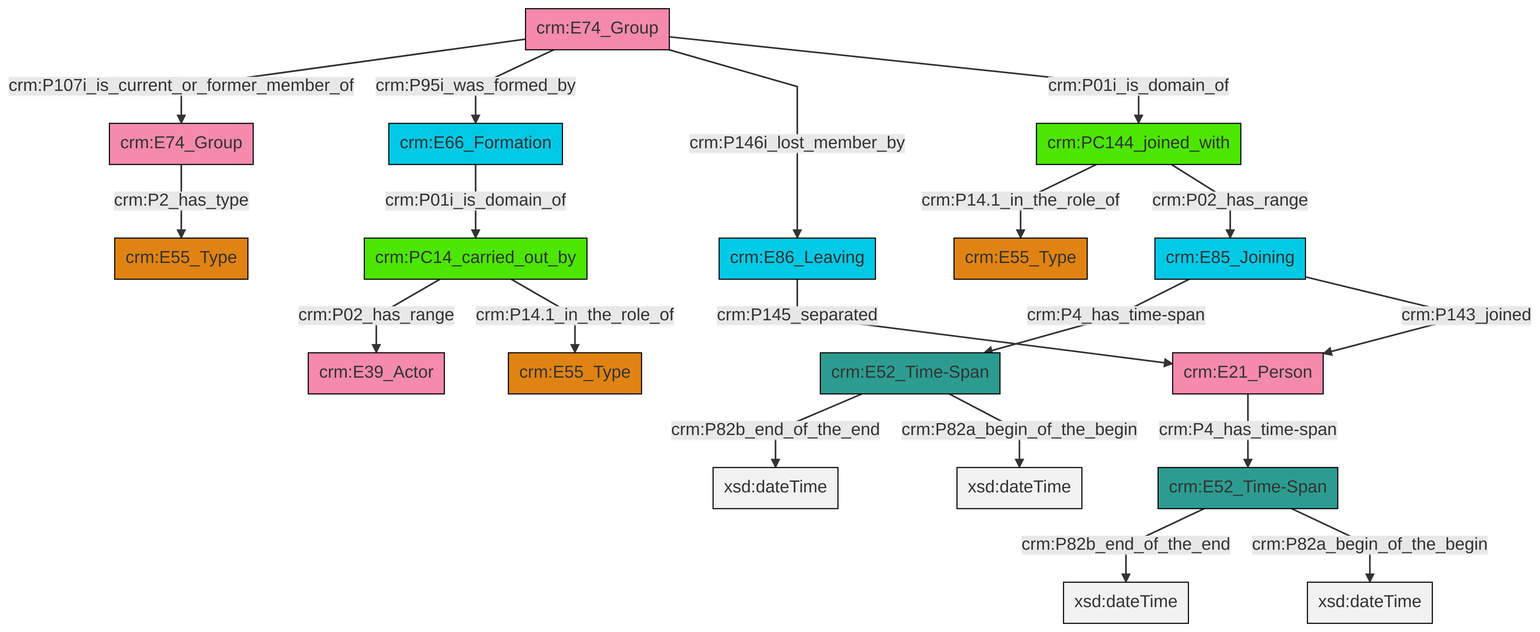
The Mermaid diagram et/groupCSV/ttl/mmd/png/group_actor_relations.png in swiss-art-research-net/reference-data-models, before a commit. Its source is kept beside it as et/groupCSV/ttl/mmd/group_actor_relations.ttl.mmd.
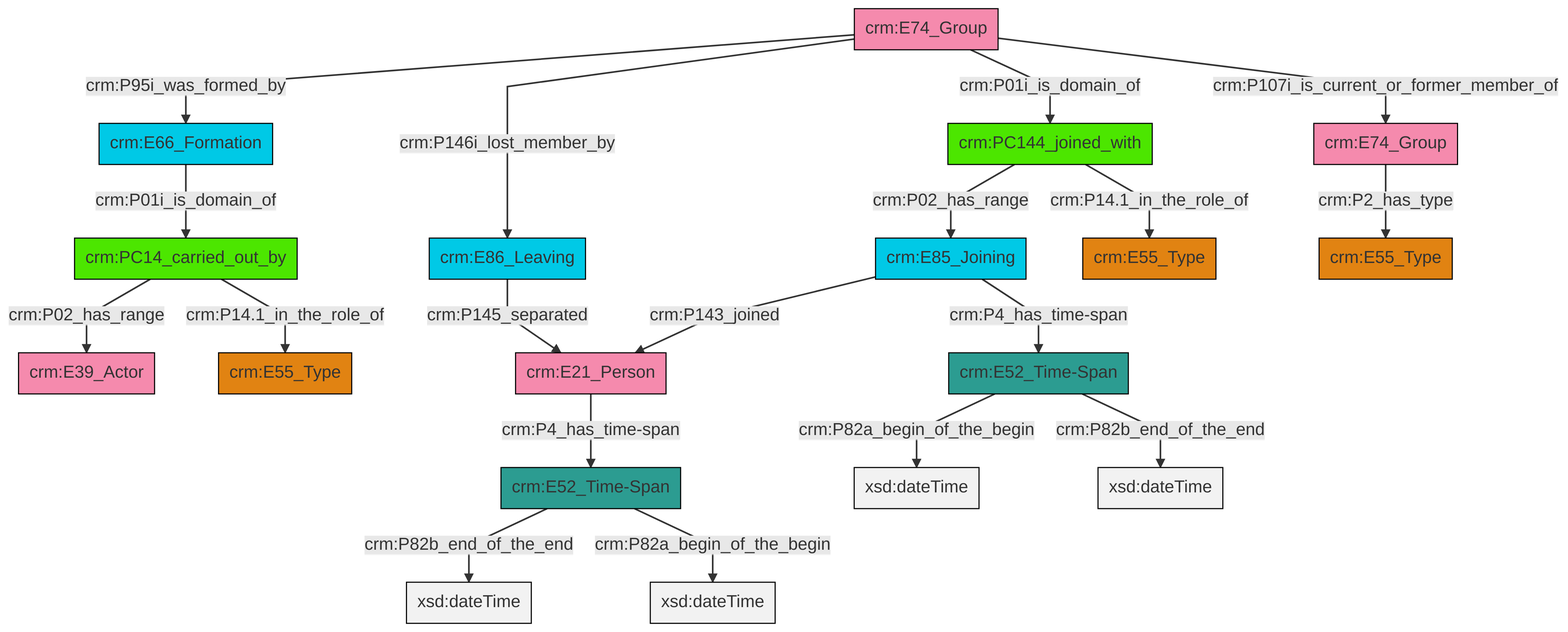
After the change.

The edit, as a diff of the source:
```diff
@@ -13,21 +13,21 @@
 classDef PC_Classes fill:#4ce600, stroke:#000000;
 classDef Multi fill:#cccccc,stroke:#000000;
 
-0["crm:PC14_carried_out_by"]:::PC_Classes -->|crm:P02_has_range| 1["crm:E39_Actor"]:::Actor
-2["crm:E66_Formation"]:::Temporal_Entity -->|crm:P01i_is_domain_of| 0["crm:PC14_carried_out_by"]:::PC_Classes
-4["crm:PC144_joined_with"]:::PC_Classes -->|crm:P14.1_in_the_role_of| 5["crm:E55_Type"]:::Type
-6["crm:E74_Group"]:::Actor -->|crm:P107i_is_current_or_former_member_of| 7["crm:E74_Group"]:::Actor
-8["crm:E52_Time-Span"]:::Time-Span -->|crm:P82b_end_of_the_end| 9[xsd:dateTime]:::Literal
-10["crm:E85_Joining"]:::Temporal_Entity -->|crm:P4_has_time-span| 11["crm:E52_Time-Span"]:::Time-Span
-10["crm:E85_Joining"]:::Temporal_Entity -->|crm:P143_joined| 12["crm:E21_Person"]:::Actor
-4["crm:PC144_joined_with"]:::PC_Classes -->|crm:P02_has_range| 10["crm:E85_Joining"]:::Temporal_Entity
-11["crm:E52_Time-Span"]:::Time-Span -->|crm:P82b_end_of_the_end| 16[xsd:dateTime]:::Literal
-6["crm:E74_Group"]:::Actor -->|crm:P95i_was_formed_by| 2["crm:E66_Formation"]:::Temporal_Entity
-23["crm:E86_Leaving"]:::Temporal_Entity -->|crm:P145_separated| 12["crm:E21_Person"]:::Actor
-11["crm:E52_Time-Span"]:::Time-Span -->|crm:P82a_begin_of_the_begin| 25[xsd:dateTime]:::Literal
-0["crm:PC14_carried_out_by"]:::PC_Classes -->|crm:P14.1_in_the_role_of| 13["crm:E55_Type"]:::Type
-6["crm:E74_Group"]:::Actor -->|crm:P146i_lost_member_by| 23["crm:E86_Leaving"]:::Temporal_Entity
-8["crm:E52_Time-Span"]:::Time-Span -->|crm:P82a_begin_of_the_begin| 30[xsd:dateTime]:::Literal
-12["crm:E21_Person"]:::Actor -->|crm:P4_has_time-span| 8["crm:E52_Time-Span"]:::Time-Span
-7["crm:E74_Group"]:::Actor -->|crm:P2_has_type| 20["crm:E55_Type"]:::Type
-6["crm:E74_Group"]:::Actor -->|crm:P01i_is_domain_of| 4["crm:PC144_joined_with"]:::PC_Classes
+0["crm:E66_Formation"]:::Temporal_Entity -->|crm:P01i_is_domain_of| 1["crm:PC14_carried_out_by"]:::PC_Classes
+2["crm:PC144_joined_with"]:::PC_Classes -->|crm:P02_has_range| 3["crm:E85_Joining"]:::Temporal_Entity
+4["crm:E74_Group"]:::Actor -->|crm:P95i_was_formed_by| 0["crm:E66_Formation"]:::Temporal_Entity
+11["crm:E52_Time-Span"]:::Time-Span -->|crm:P82a_begin_of_the_begin| 12[xsd:dateTime]:::Literal
+1["crm:PC14_carried_out_by"]:::PC_Classes -->|crm:P02_has_range| 13["crm:E39_Actor"]:::Actor
+11["crm:E52_Time-Span"]:::Time-Span -->|crm:P82b_end_of_the_end| 14[xsd:dateTime]:::Literal
+4["crm:E74_Group"]:::Actor -->|crm:P146i_lost_member_by| 17["crm:E86_Leaving"]:::Temporal_Entity
+3["crm:E85_Joining"]:::Temporal_Entity -->|crm:P143_joined| 19["crm:E21_Person"]:::Actor
+19["crm:E21_Person"]:::Actor -->|crm:P4_has_time-span| 20["crm:E52_Time-Span"]:::Time-Span
+4["crm:E74_Group"]:::Actor -->|crm:P01i_is_domain_of| 2["crm:PC144_joined_with"]:::PC_Classes
+4["crm:E74_Group"]:::Actor -->|crm:P107i_is_current_or_former_member_of| 24["crm:E74_Group"]:::Actor
+20["crm:E52_Time-Span"]:::Time-Span -->|crm:P82b_end_of_the_end| 26[xsd:dateTime]:::Literal
+20["crm:E52_Time-Span"]:::Time-Span -->|crm:P82a_begin_of_the_begin| 27[xsd:dateTime]:::Literal
+3["crm:E85_Joining"]:::Temporal_Entity -->|crm:P4_has_time-span| 11["crm:E52_Time-Span"]:::Time-Span
+1["crm:PC14_carried_out_by"]:::PC_Classes -->|crm:P14.1_in_the_role_of| 8["crm:E55_Type"]:::Type
+17["crm:E86_Leaving"]:::Temporal_Entity -->|crm:P145_separated| 19["crm:E21_Person"]:::Actor
+2["crm:PC144_joined_with"]:::PC_Classes -->|crm:P14.1_in_the_role_of| 5["crm:E55_Type"]:::Type
+24["crm:E74_Group"]:::Actor -->|crm:P2_has_type| 30["crm:E55_Type"]:::Type
```
